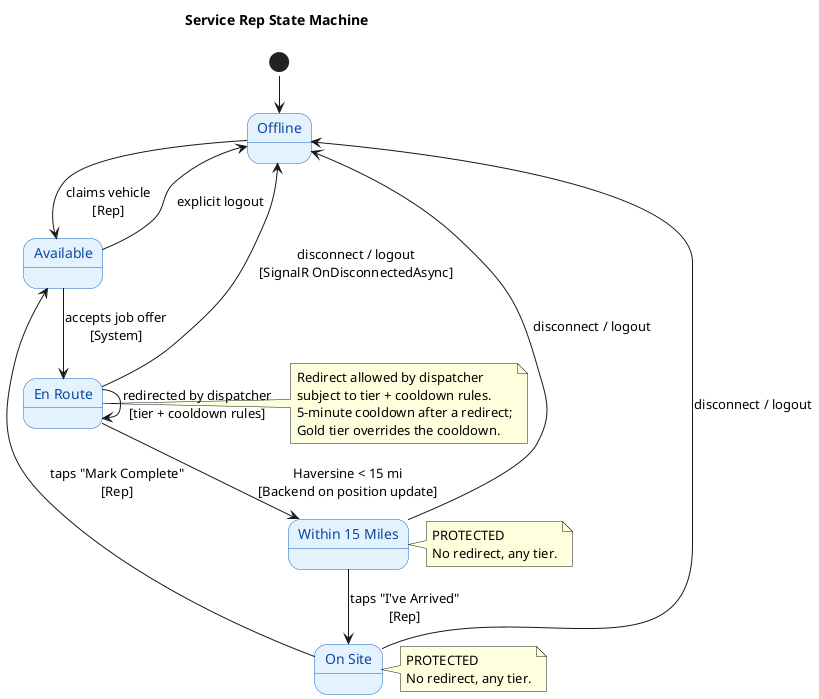
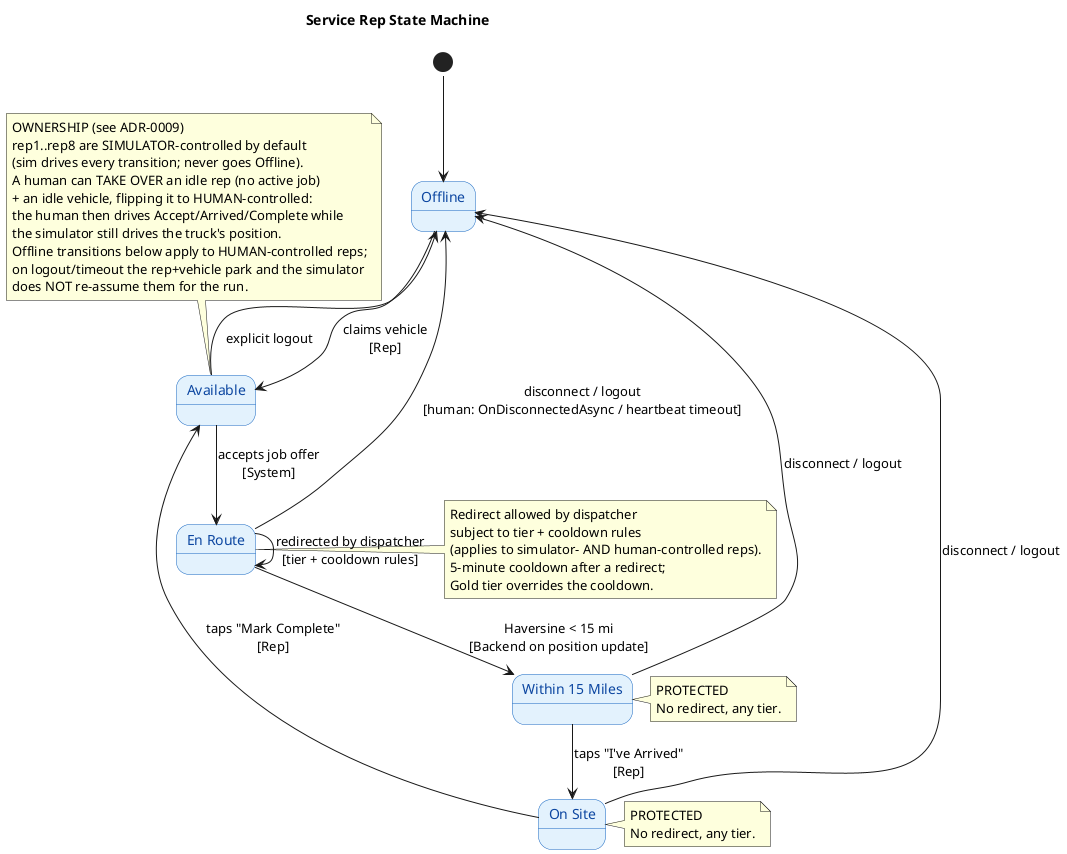
@startuml rep-state-machine
!pragma layout smetana
title Service Rep State Machine

skinparam state {
    BackgroundColor #E3F2FD
    BorderColor #1565C0
    FontColor #0D47A1
}

state "Offline" as Offline
state "Available" as Available
state "En Route" as EnRoute
state "Within 15 Miles" as Within15Miles
state "On Site" as OnSite

[*] --> Offline

Offline --> Available : claims vehicle\n[Rep]
Available --> EnRoute : accepts job offer\n[System]
EnRoute --> Within15Miles : Haversine < 15 mi\n[Backend on position update]
Within15Miles --> OnSite : taps "I've Arrived"\n[Rep]
OnSite --> Available : taps "Mark Complete"\n[Rep]

EnRoute --> EnRoute : redirected by dispatcher\n[tier + cooldown rules]

- EnRoute --> Offline : disconnect / logout\n[SignalR OnDisconnectedAsync]
+ EnRoute --> Offline : disconnect / logout\n[human: OnDisconnectedAsync / heartbeat timeout]
Within15Miles --> Offline : disconnect / logout
OnSite --> Offline : disconnect / logout
Available --> Offline : explicit logout

+ note top of Available
+   OWNERSHIP (see ADR-0009)
+   rep1..rep8 are SIMULATOR-controlled by default
+   (sim drives every transition; never goes Offline).
+   A human can TAKE OVER an idle rep (no active job)
+   + an idle vehicle, flipping it to HUMAN-controlled:
+   the human then drives Accept/Arrived/Complete while
+   the simulator still drives the truck's position.
+   Offline transitions below apply to HUMAN-controlled reps;
+   on logout/timeout the rep+vehicle park and the simulator
+   does NOT re-assume them for the run.
+ end note
+ 
note right of EnRoute
  Redirect allowed by dispatcher
-   subject to tier + cooldown rules.
+   subject to tier + cooldown rules
+   (applies to simulator- AND human-controlled reps).
  5-minute cooldown after a redirect;
  Gold tier overrides the cooldown.
end note

note right of Within15Miles
  PROTECTED
  No redirect, any tier.
end note

note right of OnSite
  PROTECTED
  No redirect, any tier.
end note

@enduml

@startuml request-state-machine
!pragma layout smetana
title Service Request State Machine

skinparam state {
    BackgroundColor #E8F5E9
    BorderColor #2E7D32
    FontColor #1B5E20
}

state "Pending" as Pending
state "Assigned" as Assigned
state "In Progress" as InProgress
state "Completed" as Completed

[*] --> Pending : requester submits

Pending --> Assigned : rep accepts job offer
Assigned --> InProgress : rep taps "I've Arrived" (On Site)
InProgress --> Completed : rep taps "Mark Complete"
Completed --> [*]

Assigned --> Pending : rep redirected\nOR rep goes Offline
InProgress --> Pending : rep goes Offline mid-job

@enduml

@startuml vehicle-state-machine
!pragma layout smetana
title Vehicle State Machine

skinparam state {
    BackgroundColor #F3E5F5
    BorderColor #6A1B9A
    FontColor #4A148C
}

state "Unclaimed" as Unclaimed
state "Claimed" as Claimed

[*] --> Unclaimed : seeded at startup

Unclaimed --> Claimed : rep selects vehicle\n[first-come, first-served]
Claimed --> Unclaimed : rep logs out and releases
Claimed --> Unclaimed : dispatcher force-releases

note right of Claimed
  Stays claimed if rep disconnects.
  Released only by rep re-login + release
  or dispatcher force-release.
end note

@enduml

@startuml job-offer-state-machine
!pragma layout smetana
title Job Offer State Machine

skinparam state {
    BackgroundColor #FFF8E1
    BorderColor #F57F17
    FontColor #E65100
}

state "Pending" as Pending
state "Accepted" as Accepted
state "Declined" as Declined
state "Expired" as Expired

[*] --> Pending : offer sent to rep\n(60s countdown starts)

Pending --> Accepted : rep taps Accept
Pending --> Declined : rep taps Decline
Pending --> Expired : 60s elapsed, no response

Accepted --> [*] : request becomes Assigned
Declined --> [*] : next best rep offered
Expired --> [*] : treated as Declined\nrep permanently skipped for this job

note bottom of Expired
  Expired = Declined for all
  business rule purposes.
  Rep skipped even if request re-queues.
end note

@enduml
